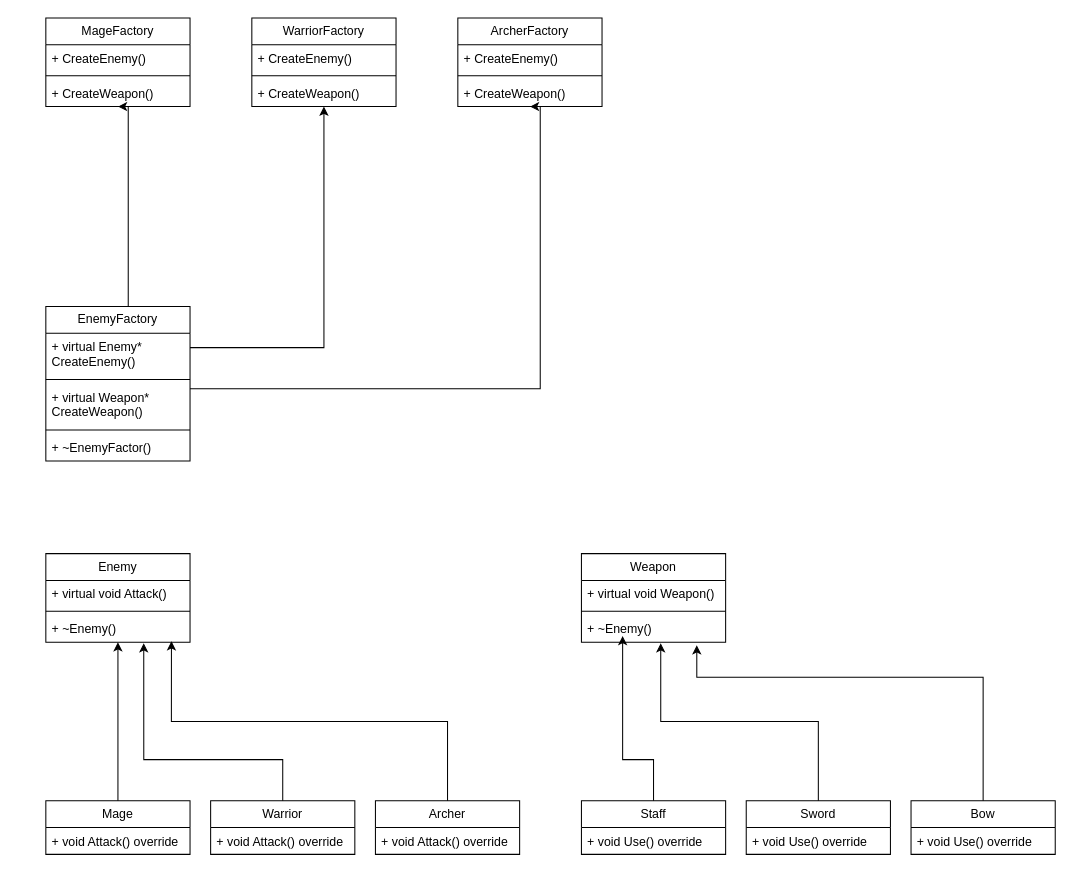
Earlier version of the draw.io diagram AbstractFactory/Abstract Factory UML.drawio (vsavchenko2408/Patterns). Source tidied: cells renumbered, new cells numbered last; positions are measured from the earlier drawing's top-left corner, leaving out a move shared by most shapes. Both pictures are drawn from the tidied source at 103%, with x=0, y=0 at pixel (45, 18).
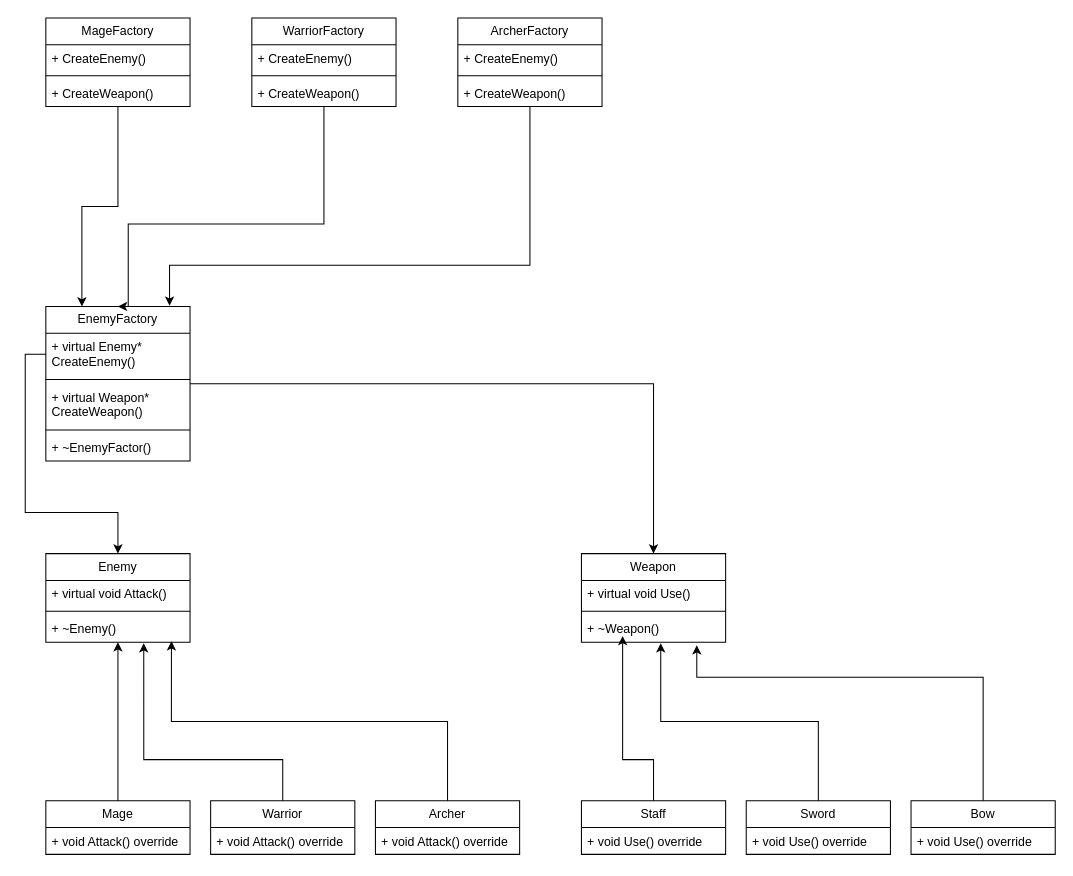
Above is the later version.

Commit message:
Edit AbstractFactory UML

The change refers to these unchanged cells:
```xml
<mxCell id="2" value="Enemy" style="swimlane;fontStyle=0;horizontal=1;startSize=26;fillColor=none;whiteSpace=wrap;html=1;" parent="1" vertex="1">
  <mxGeometry y="520" width="140" height="86" as="geometry" />
</mxCell>
<mxCell id="6" value="Weapon" style="swimlane;fontStyle=0;horizontal=1;startSize=26;fillColor=none;whiteSpace=wrap;html=1;" parent="1" vertex="1">
  <mxGeometry x="520" y="520" width="140" height="86" as="geometry" />
</mxCell>
<mxCell id="27" value="EnemyFactory" style="swimlane;fontStyle=0;horizontal=1;startSize=26;fillColor=none;whiteSpace=wrap;html=1;" parent="1" vertex="1">
  <mxGeometry y="280" width="140" height="150" as="geometry" />
</mxCell>
<mxCell id="28" value="+ virtual Enemy* CreateEnemy()" style="text;strokeColor=none;fillColor=none;align=left;verticalAlign=top;spacingLeft=4;spacingRight=4;overflow=hidden;points=[[0,0.5],[1,0.5]];portConstraint=eastwest;whiteSpace=wrap;html=1;" parent="27" vertex="1">
  <mxGeometry y="26" width="140" height="41" as="geometry" />
</mxCell>
<mxCell id="37" value="MageFactory" style="swimlane;fontStyle=0;horizontal=1;startSize=26;fillColor=none;whiteSpace=wrap;html=1;" parent="1" vertex="1">
  <mxGeometry width="140" height="86" as="geometry" />
</mxCell>
<mxCell id="41" value="WarriorFactory" style="swimlane;fontStyle=0;horizontal=1;startSize=26;fillColor=none;whiteSpace=wrap;html=1;" parent="1" vertex="1">
  <mxGeometry x="200" width="140" height="86" as="geometry" />
</mxCell>
<mxCell id="45" value="ArcherFactory" style="swimlane;fontStyle=0;horizontal=1;startSize=26;fillColor=none;whiteSpace=wrap;html=1;" parent="1" vertex="1">
  <mxGeometry x="400" width="140" height="86" as="geometry" />
</mxCell>
```

Change to the diagram source:
```diff
@@
-    <mxCell id="7" value="+ virtual void Weapon()" style="text;strokeColor=none;fillColor=none;align=left;verticalAlign=top;spacingLeft=4;spacingRight=4;overflow=hidden;whiteSpace=wrap;html=1;" parent="6" vertex="1">
+    <mxCell id="7" value="+ virtual void Use()" style="text;strokeColor=none;fillColor=none;align=left;verticalAlign=top;spacingLeft=4;spacingRight=4;overflow=hidden;whiteSpace=wrap;html=1;" parent="6" vertex="1">
       <mxGeometry y="26" width="140" height="26" as="geometry" />
     </mxCell>
@@
-    <mxCell id="9" value="+ ~Enemy()" style="text;strokeColor=none;fillColor=none;align=left;verticalAlign=top;spacingLeft=4;spacingRight=4;overflow=hidden;points=[[0,0.5],[1,0.5]];portConstraint=eastwest;whiteSpace=wrap;html=1;" parent="6" vertex="1">
+    <mxCell id="9" value="+ ~Weapon()" style="text;strokeColor=none;fillColor=none;align=left;verticalAlign=top;spacingLeft=4;spacingRight=4;overflow=hidden;points=[[0,0.5],[1,0.5]];portConstraint=eastwest;whiteSpace=wrap;html=1;" parent="6" vertex="1">
       <mxGeometry y="60" width="140" height="26" as="geometry" />
     </mxCell>
@@
-    <mxCell id="24" style="edgeStyle=orthogonalEdgeStyle;rounded=0;jettySize=auto;html=1;entryX=0.5;entryY=1;entryDx=0;entryDy=0;" parent="1" edge="1" source="27" target="37">
-      <mxGeometry relative="1" as="geometry">
-        <Array as="points">
-          <mxPoint x="80" y="86" />
-        </Array>
-      </mxGeometry>
-    </mxCell>
-    <mxCell id="25" style="edgeStyle=orthogonalEdgeStyle;rounded=0;jettySize=auto;html=1;entryX=0.5;entryY=1;entryDx=0;entryDy=0;" parent="1" edge="1" source="27" target="41">
-      <mxGeometry relative="1" as="geometry">
-        <Array as="points">
-          <mxPoint x="270" y="320" />
-        </Array>
-      </mxGeometry>
-    </mxCell>
-    <mxCell id="26" style="edgeStyle=orthogonalEdgeStyle;rounded=0;jettySize=auto;html=1;entryX=0.5;entryY=1;entryDx=0;entryDy=0;" parent="1" edge="1" source="27" target="45">
-      <mxGeometry relative="1" as="geometry">
-        <Array as="points">
-          <mxPoint x="480" y="360" />
-          <mxPoint x="480" y="86" />
-        </Array>
-      </mxGeometry>
-    </mxCell>
+    <mxCell id="49" style="edgeStyle=orthogonalEdgeStyle;rounded=0;jettySize=auto;html=1;entryX=0.5;entryY=0;entryDx=0;entryDy=0;" parent="1" edge="1" source="27" target="6">
+      <mxGeometry relative="1" as="geometry" />
+    </mxCell>
@@
+    <mxCell id="50" style="edgeStyle=orthogonalEdgeStyle;rounded=0;jettySize=auto;html=1;entryX=0.25;entryY=0;entryDx=0;entryDy=0;" parent="1" edge="1" source="37" target="27">
+      <mxGeometry relative="1" as="geometry" />
+    </mxCell>
@@
+    <mxCell id="51" style="edgeStyle=orthogonalEdgeStyle;rounded=0;jettySize=auto;html=1;entryX=0.5;entryY=0;entryDx=0;entryDy=0;" parent="1" edge="1" source="41" target="27">
+      <mxGeometry relative="1" as="geometry">
+        <Array as="points">
+          <mxPoint x="270" y="200" />
+          <mxPoint x="80" y="200" />
+          <mxPoint x="80" y="280" />
+        </Array>
+      </mxGeometry>
+    </mxCell>
@@
+    <mxCell id="52" style="edgeStyle=orthogonalEdgeStyle;rounded=0;jettySize=auto;html=1;entryX=0.858;entryY=-0.005;entryDx=0;entryDy=0;entryPerimeter=0;" parent="1" edge="1" source="45" target="27">
+      <mxGeometry relative="1" as="geometry">
+        <Array as="points">
+          <mxPoint x="470" y="240" />
+          <mxPoint x="120.1" y="240" />
+        </Array>
+      </mxGeometry>
+    </mxCell>
+    <mxCell id="53" style="edgeStyle=orthogonalEdgeStyle;rounded=0;jettySize=auto;html=1;entryX=0.5;entryY=0;entryDx=0;entryDy=0;" parent="1" edge="1" source="28" target="2">
+      <mxGeometry relative="1" as="geometry">
+        <Array as="points">
+          <mxPoint x="-20" y="326.6" />
+          <mxPoint x="-20" y="480" />
+          <mxPoint x="70" y="480" />
+        </Array>
+      </mxGeometry>
+    </mxCell>
```
